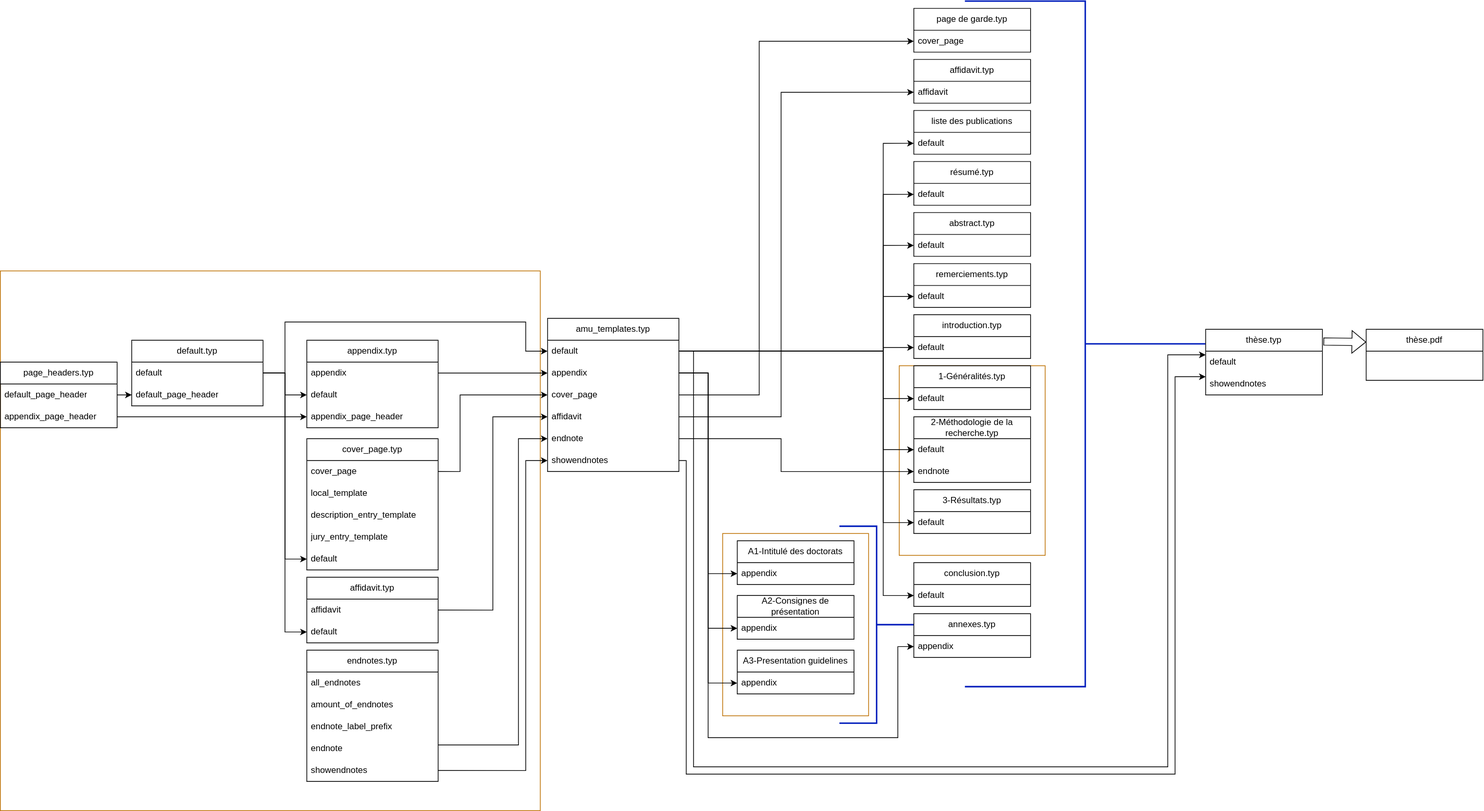
Earlier version of the draw.io export drawio_diagrams/dependancies.drawio.svg (pbag47/typst-modele-these-amu). Source tidied: cells renumbered, new cells last; positions are measured from the earlier drawing's top-left corner, leaving out a move shared by most shapes.
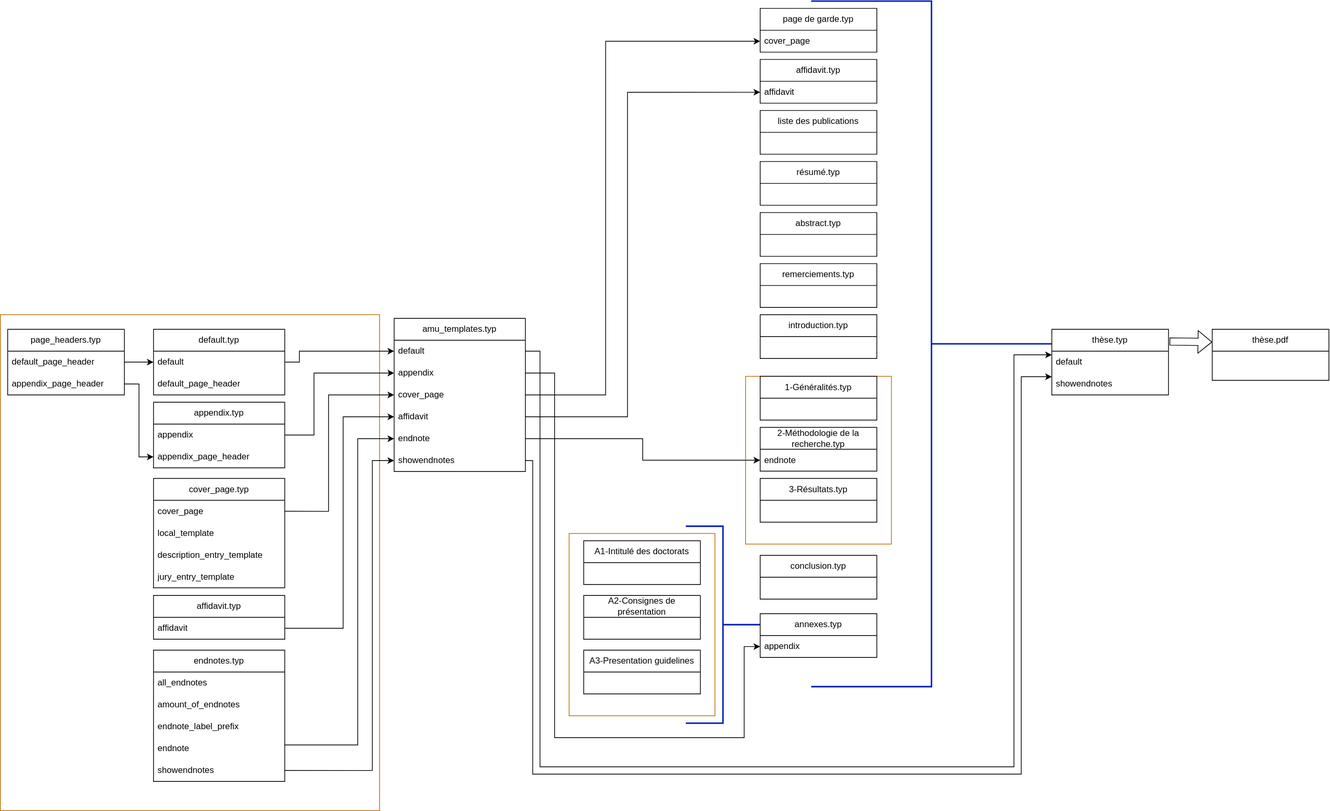
Later version of the same file.

The edit, as a diff of the source:
```diff
@@ -5,3 +5,3 @@
     <mxCell id="2" value="&lt;b&gt;&lt;font style=&quot;color: rgb(255, 255, 255);&quot;&gt;Dossier &quot;Chapitres&quot;&lt;/font&gt;&lt;/b&gt;" style="rounded=0;whiteSpace=wrap;html=1;fillColor=none;fontColor=#000000;strokeColor=#BD7000;verticalAlign=bottom;" parent="1" vertex="1">
-      <mxGeometry x="1232" y="500" width="200" height="260" as="geometry" />
+      <mxGeometry x="1232" y="514.5" width="200" height="230" as="geometry" />
     </mxCell>
@@ -14,3 +14,3 @@
     <mxCell id="5" value="&lt;p&gt;&lt;b&gt;&lt;font style=&quot;color: rgb(255, 255, 255);&quot;&gt;Dossier &quot;templates&quot;&lt;/font&gt;&lt;/b&gt;&lt;/p&gt;" style="rounded=0;whiteSpace=wrap;html=1;fillColor=none;fontColor=#000000;strokeColor=#BD7000;verticalAlign=bottom;" parent="1" vertex="1">
-      <mxGeometry y="370" width="740" height="740" as="geometry" />
+      <mxGeometry x="210" y="430" width="520" height="680" as="geometry" />
     </mxCell>
@@ -35,3 +35,3 @@
     <mxCell id="12" value="default.typ" style="swimlane;fontStyle=0;horizontal=1;startSize=30;whiteSpace=wrap;html=1;" parent="1" vertex="1">
-      <mxGeometry x="180" y="465" width="180" height="90" as="geometry" />
+      <mxGeometry x="420" y="450" width="180" height="90" as="geometry" />
     </mxCell>
@@ -44,3 +44,3 @@
     <mxCell id="15" value="page_headers.typ" style="swimlane;fontStyle=0;horizontal=1;startSize=30;whiteSpace=wrap;html=1;" parent="1" vertex="1">
-      <mxGeometry y="495" width="160" height="90" as="geometry" />
+      <mxGeometry x="220" y="450" width="160" height="90" as="geometry" />
     </mxCell>
@@ -53,3 +53,3 @@
     <mxCell id="18" value="appendix.typ" style="swimlane;fontStyle=0;horizontal=1;startSize=30;whiteSpace=wrap;html=1;" parent="1" vertex="1">
-      <mxGeometry x="420" y="465" width="180" height="120" as="geometry" />
+      <mxGeometry x="420" y="550" width="180" height="90" as="geometry" />
     </mxCell>
@@ -58,7 +58,4 @@
     </mxCell>
-    <mxCell id="20" value="default" style="text;strokeColor=none;fillColor=none;align=left;verticalAlign=middle;spacingLeft=4;spacingRight=4;overflow=hidden;points=[[0,0.5],[1,0.5]];portConstraint=eastwest;whiteSpace=wrap;html=1;" parent="18" vertex="1">
-      <mxGeometry y="60" width="180" height="30" as="geometry" />
-    </mxCell>
     <mxCell id="21" value="appendix_page_header" style="text;strokeColor=none;fillColor=none;align=left;verticalAlign=middle;spacingLeft=4;spacingRight=4;overflow=hidden;points=[[0,0.5],[1,0.5]];portConstraint=eastwest;whiteSpace=wrap;html=1;" parent="18" vertex="1">
-      <mxGeometry y="90" width="180" height="30" as="geometry" />
+      <mxGeometry y="60" width="180" height="30" as="geometry" />
     </mxCell>
@@ -67,5 +64,2 @@
     </mxCell>
-    <mxCell id="23" style="edgeStyle=orthogonalEdgeStyle;rounded=0;jettySize=auto;html=1;entryX=0;entryY=0.5;entryDx=0;entryDy=0;" parent="1" edge="1" source="16" target="14">
-      <mxGeometry relative="1" as="geometry" />
-    </mxCell>
     <mxCell id="24" value="amu_templates.typ" style="swimlane;fontStyle=0;horizontal=1;startSize=30;whiteSpace=wrap;html=1;" parent="1" vertex="1">
@@ -92,3 +86,8 @@
     <mxCell id="31" style="edgeStyle=orthogonalEdgeStyle;rounded=0;jettySize=auto;html=1;entryX=0;entryY=0.5;entryDx=0;entryDy=0;" parent="1" edge="1" source="19" target="26">
-      <mxGeometry relative="1" as="geometry" />
+      <mxGeometry relative="1" as="geometry">
+        <Array as="points">
+          <mxPoint x="640" y="595" />
+          <mxPoint x="640" y="510" />
+        </Array>
+      </mxGeometry>
     </mxCell>
@@ -109,5 +108,2 @@
     </mxCell>
-    <mxCell id="37" value="default" style="text;strokeColor=none;fillColor=none;align=left;verticalAlign=middle;spacingLeft=4;spacingRight=4;overflow=hidden;points=[[0,0.5],[1,0.5]];portConstraint=eastwest;whiteSpace=wrap;html=1;" parent="36" vertex="1">
-      <mxGeometry y="30" width="160" height="30" as="geometry" />
-    </mxCell>
     <mxCell id="38" value="résumé.typ" style="swimlane;fontStyle=0;horizontal=1;startSize=30;whiteSpace=wrap;html=1;" parent="1" vertex="1">
@@ -115,5 +111,2 @@
     </mxCell>
-    <mxCell id="39" value="default" style="text;strokeColor=none;fillColor=none;align=left;verticalAlign=middle;spacingLeft=4;spacingRight=4;overflow=hidden;points=[[0,0.5],[1,0.5]];portConstraint=eastwest;whiteSpace=wrap;html=1;" parent="38" vertex="1">
-      <mxGeometry y="30" width="160" height="30" as="geometry" />
-    </mxCell>
     <mxCell id="40" value="abstract.typ" style="swimlane;fontStyle=0;horizontal=1;startSize=30;whiteSpace=wrap;html=1;" parent="1" vertex="1">
@@ -121,5 +114,2 @@
     </mxCell>
-    <mxCell id="41" value="default" style="text;strokeColor=none;fillColor=none;align=left;verticalAlign=middle;spacingLeft=4;spacingRight=4;overflow=hidden;points=[[0,0.5],[1,0.5]];portConstraint=eastwest;whiteSpace=wrap;html=1;" parent="40" vertex="1">
-      <mxGeometry y="30" width="160" height="30" as="geometry" />
-    </mxCell>
     <mxCell id="42" value="remerciements.typ" style="swimlane;fontStyle=0;horizontal=1;startSize=30;whiteSpace=wrap;html=1;" parent="1" vertex="1">
@@ -127,5 +117,2 @@
     </mxCell>
-    <mxCell id="43" value="default" style="text;strokeColor=none;fillColor=none;align=left;verticalAlign=middle;spacingLeft=4;spacingRight=4;overflow=hidden;points=[[0,0.5],[1,0.5]];portConstraint=eastwest;whiteSpace=wrap;html=1;" parent="42" vertex="1">
-      <mxGeometry y="30" width="160" height="30" as="geometry" />
-    </mxCell>
     <mxCell id="44" value="introduction.typ" style="swimlane;fontStyle=0;horizontal=1;startSize=30;whiteSpace=wrap;html=1;" parent="1" vertex="1">
@@ -133,32 +120,17 @@
     </mxCell>
-    <mxCell id="45" value="default" style="text;strokeColor=none;fillColor=none;align=left;verticalAlign=middle;spacingLeft=4;spacingRight=4;overflow=hidden;points=[[0,0.5],[1,0.5]];portConstraint=eastwest;whiteSpace=wrap;html=1;" parent="44" vertex="1">
-      <mxGeometry y="30" width="160" height="30" as="geometry" />
-    </mxCell>
     <mxCell id="46" value="1-Généralités.typ" style="swimlane;fontStyle=0;horizontal=1;startSize=30;whiteSpace=wrap;html=1;" parent="1" vertex="1">
-      <mxGeometry x="1252" y="500" width="160" height="60" as="geometry" />
+      <mxGeometry x="1252" y="514.5" width="160" height="60" as="geometry" />
     </mxCell>
-    <mxCell id="47" value="default" style="text;strokeColor=none;fillColor=none;align=left;verticalAlign=middle;spacingLeft=4;spacingRight=4;overflow=hidden;points=[[0,0.5],[1,0.5]];portConstraint=eastwest;whiteSpace=wrap;html=1;" parent="46" vertex="1">
-      <mxGeometry y="30" width="160" height="30" as="geometry" />
-    </mxCell>
     <mxCell id="48" value="2-Méthodologie de la recherche.typ" style="swimlane;fontStyle=0;horizontal=1;startSize=30;whiteSpace=wrap;html=1;" parent="1" vertex="1">
-      <mxGeometry x="1252" y="570" width="160" height="90" as="geometry" />
+      <mxGeometry x="1252" y="584.5" width="160" height="60" as="geometry" />
     </mxCell>
-    <mxCell id="49" value="default" style="text;strokeColor=none;fillColor=none;align=left;verticalAlign=middle;spacingLeft=4;spacingRight=4;overflow=hidden;points=[[0,0.5],[1,0.5]];portConstraint=eastwest;whiteSpace=wrap;html=1;" parent="48" vertex="1">
-      <mxGeometry y="30" width="160" height="30" as="geometry" />
-    </mxCell>
     <mxCell id="50" value="endnote" style="text;strokeColor=none;fillColor=none;align=left;verticalAlign=middle;spacingLeft=4;spacingRight=4;overflow=hidden;points=[[0,0.5],[1,0.5]];portConstraint=eastwest;whiteSpace=wrap;html=1;" parent="48" vertex="1">
-      <mxGeometry y="60" width="160" height="30" as="geometry" />
+      <mxGeometry y="30" width="160" height="30" as="geometry" />
     </mxCell>
     <mxCell id="51" value="3-Résultats.typ" style="swimlane;fontStyle=0;horizontal=1;startSize=30;whiteSpace=wrap;html=1;" parent="1" vertex="1">
-      <mxGeometry x="1252" y="670" width="160" height="60" as="geometry" />
+      <mxGeometry x="1252" y="654.5" width="160" height="60" as="geometry" />
     </mxCell>
-    <mxCell id="52" value="default" style="text;strokeColor=none;fillColor=none;align=left;verticalAlign=middle;spacingLeft=4;spacingRight=4;overflow=hidden;points=[[0,0.5],[1,0.5]];portConstraint=eastwest;whiteSpace=wrap;html=1;" parent="51" vertex="1">
-      <mxGeometry y="30" width="160" height="30" as="geometry" />
-    </mxCell>
     <mxCell id="53" value="conclusion.typ" style="swimlane;fontStyle=0;horizontal=1;startSize=30;whiteSpace=wrap;html=1;" parent="1" vertex="1">
-      <mxGeometry x="1252" y="770" width="160" height="60" as="geometry" />
+      <mxGeometry x="1252" y="760" width="160" height="60" as="geometry" />
     </mxCell>
-    <mxCell id="54" value="default" style="text;strokeColor=none;fillColor=none;align=left;verticalAlign=middle;spacingLeft=4;spacingRight=4;overflow=hidden;points=[[0,0.5],[1,0.5]];portConstraint=eastwest;whiteSpace=wrap;html=1;" parent="53" vertex="1">
-      <mxGeometry y="30" width="160" height="30" as="geometry" />
-    </mxCell>
     <mxCell id="55" value="A1-Intitulé des doctorats" style="swimlane;fontStyle=0;horizontal=1;startSize=30;whiteSpace=wrap;html=1;" parent="1" vertex="1">
@@ -166,5 +138,2 @@
     </mxCell>
-    <mxCell id="56" value="appendix" style="text;strokeColor=none;fillColor=none;align=left;verticalAlign=middle;spacingLeft=4;spacingRight=4;overflow=hidden;points=[[0,0.5],[1,0.5]];portConstraint=eastwest;whiteSpace=wrap;html=1;" parent="55" vertex="1">
-      <mxGeometry y="30" width="160" height="30" as="geometry" />
-    </mxCell>
     <mxCell id="57" value="A2-Consignes de présentation" style="swimlane;fontStyle=0;horizontal=1;startSize=30;whiteSpace=wrap;html=1;" parent="1" vertex="1">
@@ -172,5 +141,2 @@
     </mxCell>
-    <mxCell id="58" value="appendix" style="text;strokeColor=none;fillColor=none;align=left;verticalAlign=middle;spacingLeft=4;spacingRight=4;overflow=hidden;points=[[0,0.5],[1,0.5]];portConstraint=eastwest;whiteSpace=wrap;html=1;" parent="57" vertex="1">
-      <mxGeometry y="30" width="160" height="30" as="geometry" />
-    </mxCell>
     <mxCell id="59" value="A3-Presentation guidelines" style="swimlane;fontStyle=0;horizontal=1;startSize=30;whiteSpace=wrap;html=1;" parent="1" vertex="1">
@@ -178,5 +144,2 @@
     </mxCell>
-    <mxCell id="60" value="appendix" style="text;strokeColor=none;fillColor=none;align=left;verticalAlign=middle;spacingLeft=4;spacingRight=4;overflow=hidden;points=[[0,0.5],[1,0.5]];portConstraint=eastwest;whiteSpace=wrap;html=1;" parent="59" vertex="1">
-      <mxGeometry y="30" width="160" height="30" as="geometry" />
-    </mxCell>
     <mxCell id="61" value="thèse.typ" style="swimlane;fontStyle=0;horizontal=1;startSize=30;whiteSpace=wrap;html=1;" parent="1" vertex="1">
@@ -199,4 +162,4 @@
         <Array as="points">
-          <mxPoint x="710" y="1020" />
-          <mxPoint x="710" y="600" />
+          <mxPoint x="700" y="1020" />
+          <mxPoint x="700" y="600" />
         </Array>
@@ -241,65 +204,4 @@
     </mxCell>
-    <mxCell id="73" style="edgeStyle=orthogonalEdgeStyle;rounded=0;jettySize=auto;html=1;exitX=1;exitY=0.5;exitDx=0;exitDy=0;" parent="1" edge="1" source="25" target="54">
-      <mxGeometry relative="1" as="geometry">
-        <Array as="points">
-          <mxPoint x="1210" y="480" />
-          <mxPoint x="1210" y="815" />
-        </Array>
-      </mxGeometry>
-    </mxCell>
-    <mxCell id="74" style="edgeStyle=orthogonalEdgeStyle;rounded=0;jettySize=auto;html=1;exitX=1;exitY=0.5;exitDx=0;exitDy=0;entryX=0;entryY=0.5;entryDx=0;entryDy=0;" parent="1" edge="1" source="25" target="45">
-      <mxGeometry relative="1" as="geometry">
-        <Array as="points">
-          <mxPoint x="1210" y="480" />
-          <mxPoint x="1210" y="475" />
-        </Array>
-      </mxGeometry>
-    </mxCell>
-    <mxCell id="75" style="edgeStyle=orthogonalEdgeStyle;rounded=0;jettySize=auto;html=1;exitX=1;exitY=0.5;exitDx=0;exitDy=0;entryX=0;entryY=0.5;entryDx=0;entryDy=0;" parent="1" edge="1" source="25" target="43">
-      <mxGeometry relative="1" as="geometry">
-        <Array as="points">
-          <mxPoint x="1210" y="480" />
-          <mxPoint x="1210" y="405" />
-        </Array>
-      </mxGeometry>
-    </mxCell>
-    <mxCell id="76" style="edgeStyle=orthogonalEdgeStyle;rounded=0;jettySize=auto;html=1;exitX=1;exitY=0.5;exitDx=0;exitDy=0;entryX=0;entryY=0.5;entryDx=0;entryDy=0;" parent="1" edge="1" source="25" target="41">
-      <mxGeometry relative="1" as="geometry">
-        <Array as="points">
-          <mxPoint x="1210" y="480" />
-          <mxPoint x="1210" y="335" />
-        </Array>
-      </mxGeometry>
-    </mxCell>
-    <mxCell id="77" style="edgeStyle=orthogonalEdgeStyle;rounded=0;jettySize=auto;html=1;exitX=1;exitY=0.5;exitDx=0;exitDy=0;entryX=0;entryY=0.5;entryDx=0;entryDy=0;" parent="1" edge="1" source="25" target="39">
-      <mxGeometry relative="1" as="geometry">
-        <Array as="points">
-          <mxPoint x="1210" y="480" />
-          <mxPoint x="1210" y="265" />
-        </Array>
-      </mxGeometry>
-    </mxCell>
-    <mxCell id="78" style="edgeStyle=orthogonalEdgeStyle;rounded=0;jettySize=auto;html=1;exitX=1;exitY=0.5;exitDx=0;exitDy=0;entryX=0;entryY=0.5;entryDx=0;entryDy=0;" parent="1" edge="1" source="25" target="37">
-      <mxGeometry relative="1" as="geometry">
-        <Array as="points">
-          <mxPoint x="1210" y="480" />
-          <mxPoint x="1210" y="195" />
-        </Array>
-      </mxGeometry>
-    </mxCell>
-    <mxCell id="79" style="edgeStyle=orthogonalEdgeStyle;rounded=0;jettySize=auto;html=1;exitX=1;exitY=0.5;exitDx=0;exitDy=0;" parent="1" edge="1" source="13" target="20">
-      <mxGeometry relative="1" as="geometry" />
-    </mxCell>
-    <mxCell id="80" style="edgeStyle=orthogonalEdgeStyle;rounded=0;jettySize=auto;html=1;exitX=1;exitY=0.5;exitDx=0;exitDy=0;" parent="1" edge="1" source="13" target="25">
-      <mxGeometry relative="1" as="geometry">
-        <Array as="points">
-          <mxPoint x="390" y="510" />
-          <mxPoint x="390" y="440" />
-          <mxPoint x="720" y="440" />
-          <mxPoint x="720" y="480" />
-        </Array>
-      </mxGeometry>
-    </mxCell>
     <mxCell id="81" value="cover_page.typ" style="swimlane;fontStyle=0;horizontal=1;startSize=30;whiteSpace=wrap;html=1;" parent="1" vertex="1">
-      <mxGeometry x="420" y="600" width="180" height="180" as="geometry" />
+      <mxGeometry x="420" y="654.5" width="180" height="150" as="geometry" />
     </mxCell>
@@ -317,7 +219,4 @@
     </mxCell>
-    <mxCell id="86" value="default" style="text;strokeColor=none;fillColor=none;align=left;verticalAlign=middle;spacingLeft=4;spacingRight=4;overflow=hidden;points=[[0,0.5],[1,0.5]];portConstraint=eastwest;whiteSpace=wrap;html=1;" parent="81" vertex="1">
-      <mxGeometry y="150" width="180" height="30" as="geometry" />
-    </mxCell>
     <mxCell id="87" value="affidavit.typ" style="swimlane;fontStyle=0;horizontal=1;startSize=30;whiteSpace=wrap;html=1;" parent="1" vertex="1">
-      <mxGeometry x="420" y="790" width="180" height="90" as="geometry" />
+      <mxGeometry x="420" y="815" width="180" height="60" as="geometry" />
     </mxCell>
@@ -326,5 +225,2 @@
     </mxCell>
-    <mxCell id="89" value="default" style="text;strokeColor=none;fillColor=none;align=left;verticalAlign=middle;spacingLeft=4;spacingRight=4;overflow=hidden;points=[[0,0.5],[1,0.5]];portConstraint=eastwest;whiteSpace=wrap;html=1;" parent="87" vertex="1">
-      <mxGeometry y="60" width="180" height="30" as="geometry" />
-    </mxCell>
     <mxCell id="90" style="edgeStyle=orthogonalEdgeStyle;rounded=0;jettySize=auto;html=1;exitX=1;exitY=0.5;exitDx=0;exitDy=0;" parent="1" edge="1" source="82" target="27">
@@ -332,4 +228,4 @@
         <Array as="points">
-          <mxPoint x="630" y="645" />
-          <mxPoint x="630" y="540" />
+          <mxPoint x="660" y="700" />
+          <mxPoint x="660" y="540" />
         </Array>
@@ -338,42 +234,9 @@
     <mxCell id="91" style="edgeStyle=orthogonalEdgeStyle;rounded=0;jettySize=auto;html=1;exitX=1;exitY=0.5;exitDx=0;exitDy=0;" parent="1" edge="1" source="88" target="28">
-      <mxGeometry relative="1" as="geometry" />
+      <mxGeometry relative="1" as="geometry">
+        <Array as="points">
+          <mxPoint x="680" y="860" />
+          <mxPoint x="680" y="570" />
+        </Array>
+      </mxGeometry>
     </mxCell>
-    <mxCell id="92" style="edgeStyle=orthogonalEdgeStyle;rounded=0;jettySize=auto;html=1;exitX=1;exitY=0.5;exitDx=0;exitDy=0;" parent="1" edge="1" source="13" target="86">
-      <mxGeometry relative="1" as="geometry" />
-    </mxCell>
-    <mxCell id="93" style="edgeStyle=orthogonalEdgeStyle;rounded=0;jettySize=auto;html=1;exitX=1;exitY=0.5;exitDx=0;exitDy=0;" parent="1" edge="1" source="13" target="89">
-      <mxGeometry relative="1" as="geometry" />
-    </mxCell>
-    <mxCell id="94" style="edgeStyle=orthogonalEdgeStyle;rounded=0;jettySize=auto;html=1;exitX=1;exitY=0.5;exitDx=0;exitDy=0;" parent="1" edge="1" source="29" target="50">
-      <mxGeometry relative="1" as="geometry">
-        <Array as="points">
-          <mxPoint x="1070" y="600" />
-          <mxPoint x="1070" y="645" />
-        </Array>
-      </mxGeometry>
-    </mxCell>
-    <mxCell id="95" style="edgeStyle=orthogonalEdgeStyle;rounded=0;jettySize=auto;html=1;exitX=1;exitY=0.5;exitDx=0;exitDy=0;" parent="1" edge="1" source="25" target="47">
-      <mxGeometry relative="1" as="geometry">
-        <Array as="points">
-          <mxPoint x="1210" y="480" />
-          <mxPoint x="1210" y="545" />
-        </Array>
-      </mxGeometry>
-    </mxCell>
-    <mxCell id="96" style="edgeStyle=orthogonalEdgeStyle;rounded=0;jettySize=auto;html=1;exitX=1;exitY=0.5;exitDx=0;exitDy=0;" parent="1" edge="1" source="25" target="49">
-      <mxGeometry relative="1" as="geometry">
-        <Array as="points">
-          <mxPoint x="1210" y="480" />
-          <mxPoint x="1210" y="615" />
-        </Array>
-      </mxGeometry>
-    </mxCell>
-    <mxCell id="97" style="edgeStyle=orthogonalEdgeStyle;rounded=0;jettySize=auto;html=1;exitX=1;exitY=0.5;exitDx=0;exitDy=0;" parent="1" edge="1" source="25" target="52">
-      <mxGeometry relative="1" as="geometry">
-        <Array as="points">
-          <mxPoint x="1210" y="480" />
-          <mxPoint x="1210" y="715" />
-        </Array>
-      </mxGeometry>
-    </mxCell>
     <mxCell id="98" style="edgeStyle=orthogonalEdgeStyle;rounded=0;jettySize=auto;html=1;exitX=1;exitY=0.5;exitDx=0;exitDy=0;" parent="1" edge="1" source="27" target="33">
@@ -394,11 +257,2 @@
     </mxCell>
-    <mxCell id="100" style="edgeStyle=orthogonalEdgeStyle;rounded=0;jettySize=auto;html=1;exitX=1;exitY=0.5;exitDx=0;exitDy=0;" parent="1" edge="1" source="26" target="56">
-      <mxGeometry relative="1" as="geometry" />
-    </mxCell>
-    <mxCell id="101" style="edgeStyle=orthogonalEdgeStyle;rounded=0;jettySize=auto;html=1;exitX=1;exitY=0.5;exitDx=0;exitDy=0;" parent="1" edge="1" source="26" target="58">
-      <mxGeometry relative="1" as="geometry" />
-    </mxCell>
-    <mxCell id="102" style="edgeStyle=orthogonalEdgeStyle;rounded=0;jettySize=auto;html=1;exitX=1;exitY=0.5;exitDx=0;exitDy=0;" parent="1" edge="1" source="26" target="60">
-      <mxGeometry relative="1" as="geometry" />
-    </mxCell>
     <mxCell id="103" style="edgeStyle=orthogonalEdgeStyle;rounded=0;jettySize=auto;html=1;exitX=1;exitY=0.5;exitDx=0;exitDy=0;" parent="1" edge="1" source="26" target="70">
@@ -413,2 +267,16 @@
     </mxCell>
+    <mxCell id="94" style="edgeStyle=orthogonalEdgeStyle;rounded=0;jettySize=auto;html=1;exitX=1;exitY=0.5;exitDx=0;exitDy=0;" parent="1" edge="1" source="29" target="50">
+      <mxGeometry relative="1" as="geometry" />
+    </mxCell>
+    <mxCell id="104" style="edgeStyle=orthogonalEdgeStyle;rounded=0;jettySize=auto;html=1;exitX=1;exitY=0.5;exitDx=0;exitDy=0;" parent="1" edge="1" source="16" target="13">
+      <mxGeometry relative="1" as="geometry" />
+    </mxCell>
+    <mxCell id="80" style="edgeStyle=orthogonalEdgeStyle;rounded=0;jettySize=auto;html=1;exitX=1;exitY=0.5;exitDx=0;exitDy=0;" parent="1" edge="1" source="13" target="25">
+      <mxGeometry relative="1" as="geometry">
+        <Array as="points">
+          <mxPoint x="620" y="495" />
+          <mxPoint x="620" y="480" />
+        </Array>
+      </mxGeometry>
+    </mxCell>
   </root>
```
